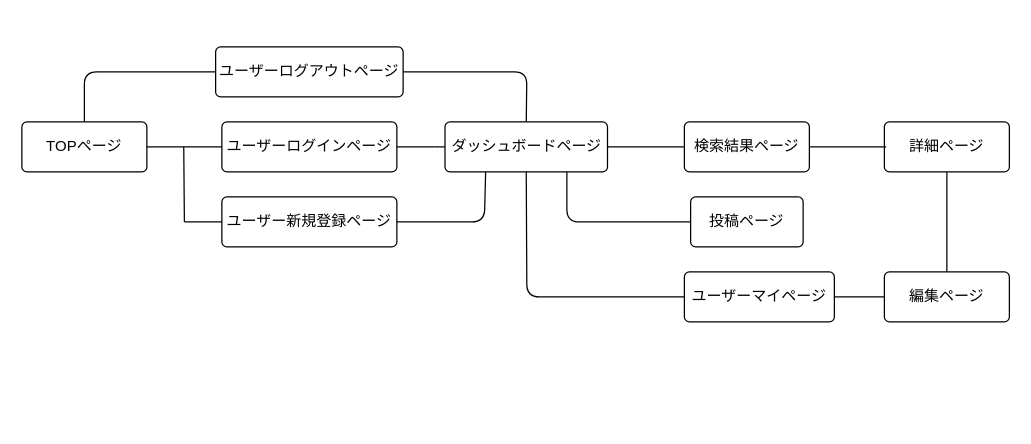
The draw.io diagram docs/ui_navigation_map.dio in rikatussei/trouble_solver_navigator, before the edit. Source tidied: cells renumbered, new cells numbered last; positions are measured from the earlier drawing's top-left corner, leaving out a move shared by most shapes. Both pictures are drawn from the tidied source at 125%, with x=0, y=0 at pixel (21, 46).
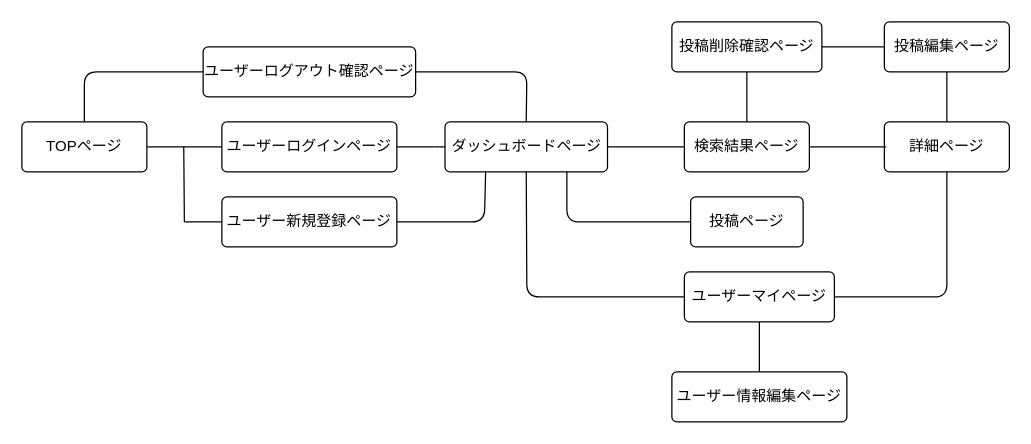
The same page after the edit.

Unchanged cells that the change refers to:
```xml
<mxCell id="8" value="ユーザーマイページ" style="rounded=1;arcSize=10;whiteSpace=wrap;html=1;align=center;" parent="1" vertex="1">
  <mxGeometry x="530" y="180" width="120" height="40" as="geometry" />
</mxCell>
<mxCell id="11" value="詳細ページ" style="rounded=1;arcSize=10;whiteSpace=wrap;html=1;align=center;" parent="1" vertex="1">
  <mxGeometry x="690" y="60" width="100" height="40" as="geometry" />
</mxCell>
<mxCell id="21" value="検索結果ページ" style="rounded=1;arcSize=10;whiteSpace=wrap;html=1;align=center;" parent="1" vertex="1">
  <mxGeometry x="530" y="60" width="100" height="40" as="geometry" />
</mxCell>
```

Diff of the diagram source:
```diff
@@
-    <mxCell id="7" style="edgeStyle=none;html=1;exitX=1;exitY=0.5;exitDx=0;exitDy=0;entryX=0;entryY=0.5;entryDx=0;entryDy=0;startArrow=none;startFill=0;endArrow=none;endFill=0;" parent="1" edge="1" source="8" target="15">
-      <mxGeometry relative="1" as="geometry" />
-    </mxCell>
+    <mxCell id="26" style="edgeStyle=none;html=1;exitX=1;exitY=0.5;exitDx=0;exitDy=0;entryX=0.5;entryY=1;entryDx=0;entryDy=0;endArrow=none;endFill=0;" parent="1" edge="1" source="8" target="11">
+      <mxGeometry relative="1" as="geometry">
+        <Array as="points">
+          <mxPoint x="740" y="200" />
+        </Array>
+      </mxGeometry>
+    </mxCell>
+    <mxCell id="27" style="edgeStyle=none;html=1;exitX=0.5;exitY=1;exitDx=0;exitDy=0;entryX=0.5;entryY=0;entryDx=0;entryDy=0;endArrow=none;endFill=0;" parent="1" edge="1" source="8" target="29">
+      <mxGeometry relative="1" as="geometry" />
+    </mxCell>
@@
-    <mxCell id="10" style="edgeStyle=none;html=1;exitX=0.5;exitY=1;exitDx=0;exitDy=0;entryX=0.5;entryY=0;entryDx=0;entryDy=0;startArrow=none;startFill=0;endArrow=none;endFill=0;" parent="1" edge="1" source="11" target="15">
-      <mxGeometry relative="1" as="geometry" />
-    </mxCell>
@@
+    <mxCell id="28" style="edgeStyle=none;html=1;exitX=0.5;exitY=1;exitDx=0;exitDy=0;entryX=0.5;entryY=0;entryDx=0;entryDy=0;endArrow=none;endFill=0;" parent="1" edge="1" source="15" target="11">
+      <mxGeometry relative="1" as="geometry" />
+    </mxCell>
-    <mxCell id="15" value="編集ページ" style="rounded=1;arcSize=10;whiteSpace=wrap;html=1;align=center;" parent="1" vertex="1">
-      <mxGeometry x="690" y="180" width="100" height="40" as="geometry" />
+    <mxCell id="15" value="投稿編集ページ" style="rounded=1;arcSize=10;whiteSpace=wrap;html=1;align=center;" parent="1" vertex="1">
+      <mxGeometry x="690" y="-20" width="100" height="40" as="geometry" />
     </mxCell>
@@
-    <mxCell id="25" value="ユーザーログアウトページ" style="rounded=1;arcSize=10;whiteSpace=wrap;html=1;align=center;" parent="1" vertex="1">
-      <mxGeometry x="155" width="150" height="40" as="geometry" />
+    <mxCell id="25" value="ユーザーログアウト確認ページ" style="rounded=1;arcSize=10;whiteSpace=wrap;html=1;align=center;" parent="1" vertex="1">
+      <mxGeometry x="145" width="170" height="40" as="geometry" />
     </mxCell>
+    <mxCell id="29" value="ユーザー情報編集ページ" style="rounded=1;arcSize=10;whiteSpace=wrap;html=1;align=center;" parent="1" vertex="1">
+      <mxGeometry x="520" y="260" width="140" height="40" as="geometry" />
+    </mxCell>
+    <mxCell id="30" style="edgeStyle=none;html=1;exitX=0.5;exitY=1;exitDx=0;exitDy=0;entryX=0.5;entryY=0;entryDx=0;entryDy=0;endArrow=none;endFill=0;" parent="1" edge="1" source="32" target="21">
+      <mxGeometry relative="1" as="geometry" />
+    </mxCell>
+    <mxCell id="31" style="edgeStyle=none;html=1;exitX=1;exitY=0.5;exitDx=0;exitDy=0;entryX=0;entryY=0.5;entryDx=0;entryDy=0;endArrow=none;endFill=0;" parent="1" edge="1" source="32" target="15">
+      <mxGeometry relative="1" as="geometry" />
+    </mxCell>
+    <mxCell id="32" value="投稿削除確認ページ" style="rounded=1;arcSize=10;whiteSpace=wrap;html=1;align=center;" parent="1" vertex="1">
+      <mxGeometry x="520" y="-20" width="120" height="40" as="geometry" />
+    </mxCell>
```
